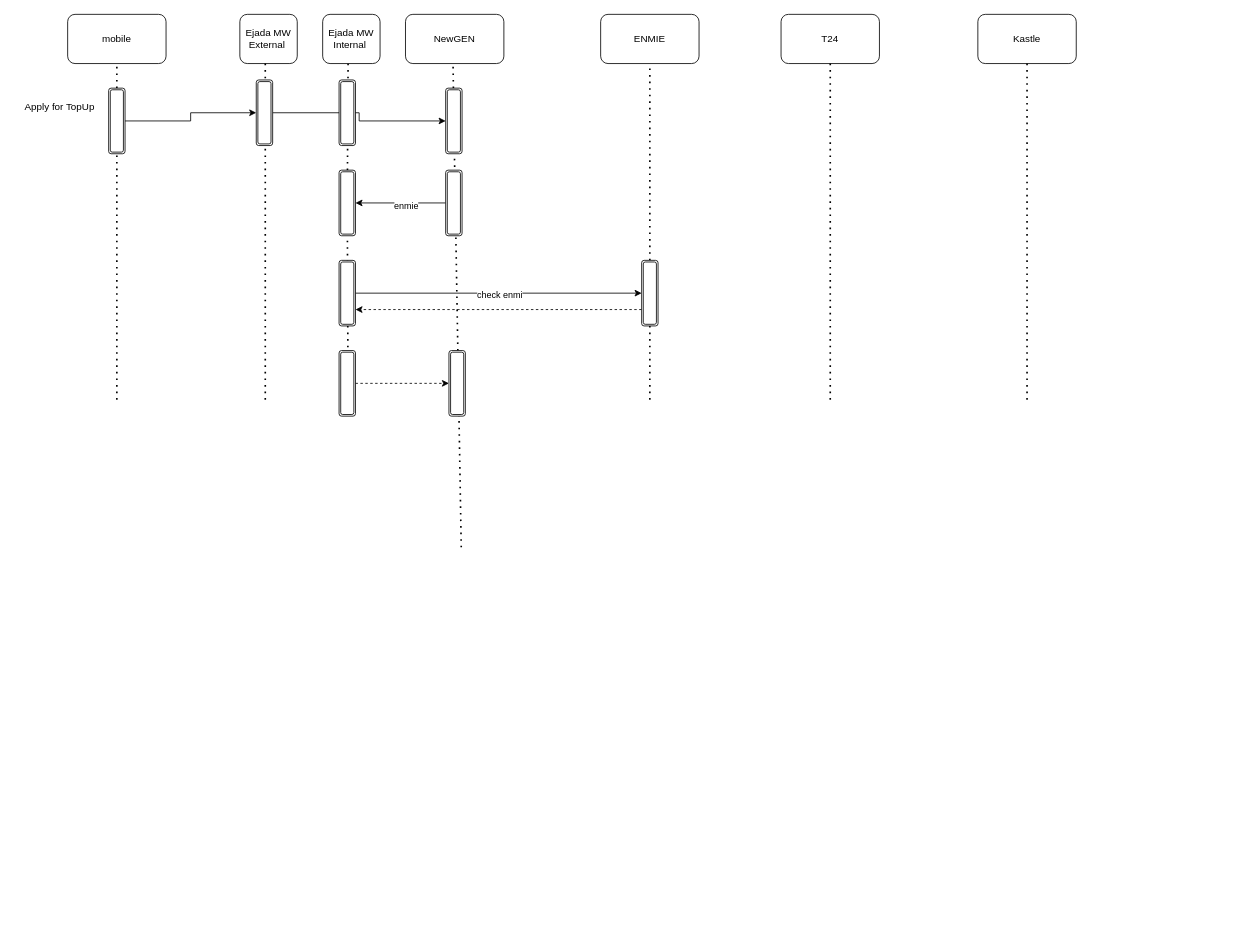
Earlier version of the draw.io diagram page "Page-2" (2 of 4) of lead flow.drawio (MHosnii/DrawIo). Source tidied: cells renumbered, new cells numbered last; positions are measured from the earlier drawing's top-left corner, leaving out a move shared by most shapes. Both pictures are drawn from the tidied source at 82%, with x=0, y=0 at pixel (14, 14).
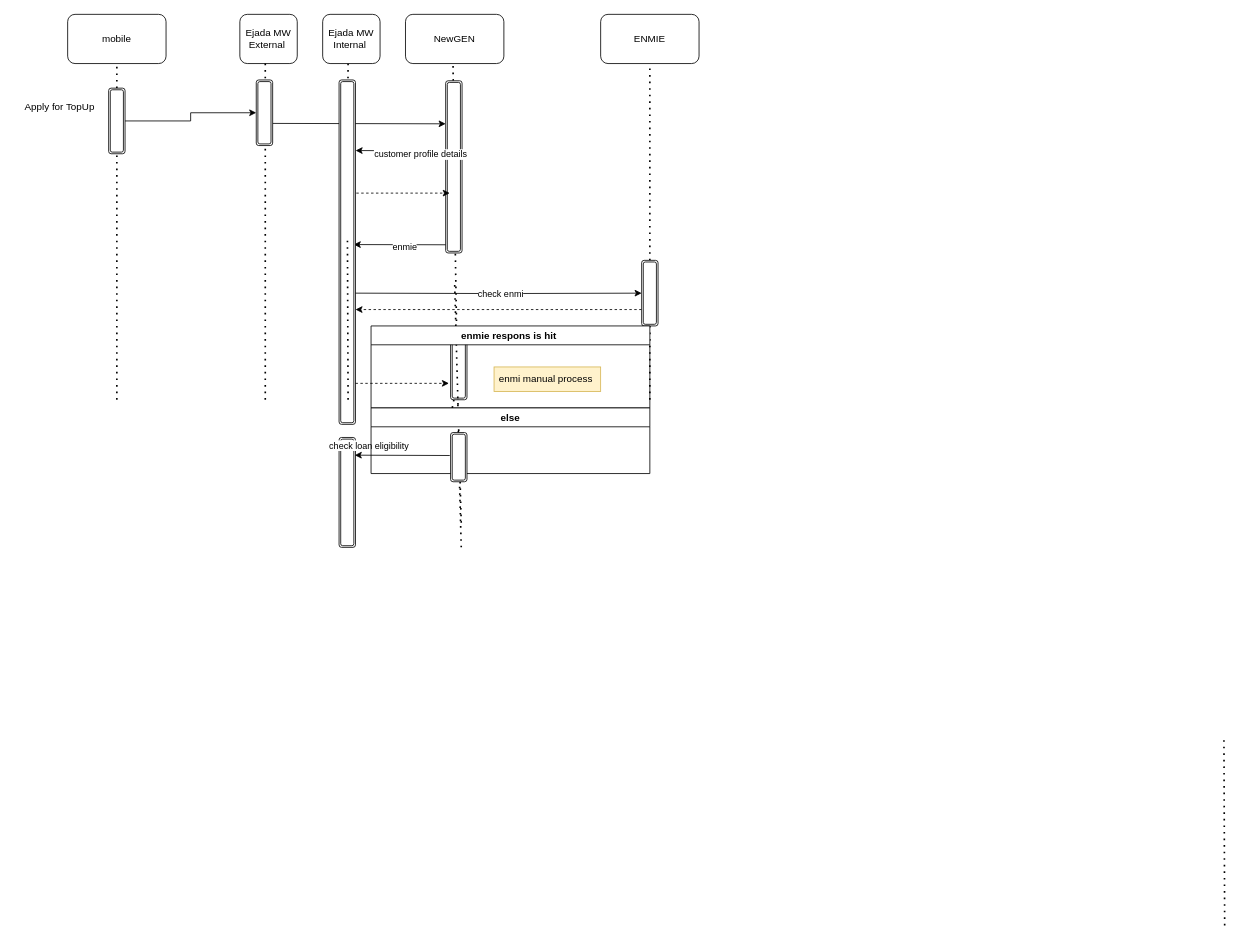
Above is the later version.

The change refers to these unchanged cells:
```xml
<mxCell id="19" style="shape=ext;double=1;rounded=1;whiteSpace=wrap;html=1;" parent="1" vertex="1">
  <mxGeometry x="295" y="80" width="20" height="80" as="geometry" />
</mxCell>
<mxCell id="35" style="shape=ext;double=1;rounded=1;whiteSpace=wrap;html=1;" parent="1" vertex="1">
  <mxGeometry x="765" y="300" width="20" height="80" as="geometry" />
</mxCell>
```

Diff of the diagram source:
```diff
@@
-    <mxCell id="8" value="T24" style="rounded=1;whiteSpace=wrap;html=1;" parent="1" vertex="1">
-      <mxGeometry x="935" width="120" height="60" as="geometry" />
-    </mxCell>
-    <mxCell id="9" style="endArrow=none;dashed=1;html=1;dashPattern=1 3;strokeWidth=2;rounded=0;" parent="1" edge="1">
-      <mxGeometry relative="1" as="geometry">
-        <mxPoint x="995" y="470" as="sourcePoint" />
-        <mxPoint x="995" y="60" as="targetPoint" />
-      </mxGeometry>
-    </mxCell>
-    <mxCell id="10" value="Kastle" style="rounded=1;whiteSpace=wrap;html=1;" parent="1" vertex="1">
-      <mxGeometry x="1175" width="120" height="60" as="geometry" />
-    </mxCell>
-    <mxCell id="11" style="endArrow=none;dashed=1;html=1;dashPattern=1 3;strokeWidth=2;rounded=0;" parent="1" edge="1">
-      <mxGeometry relative="1" as="geometry">
-        <mxPoint x="1235" y="470" as="sourcePoint" />
-        <mxPoint x="1235" y="60" as="targetPoint" />
-      </mxGeometry>
-    </mxCell>
@@
-    <mxCell id="18" style="edgeStyle=orthogonalEdgeStyle;rounded=0;jettySize=auto;html=1;" parent="1" edge="1" source="19" target="21">
-      <mxGeometry relative="1" as="geometry" />
+    <mxCell id="18" style="edgeStyle=orthogonalEdgeStyle;rounded=0;jettySize=auto;html=1;entryX=0;entryY=0.25;entryDx=0;entryDy=0;" parent="1" edge="1" target="21">
+      <mxGeometry relative="1" as="geometry">
+        <mxPoint x="315" y="133" as="sourcePoint" />
+      </mxGeometry>
     </mxCell>
@@
-    <mxCell id="20" style="endArrow=none;dashed=1;html=1;dashPattern=1 3;strokeWidth=2;rounded=0;" parent="1" edge="1" target="21">
-      <mxGeometry relative="1" as="geometry">
-        <mxPoint x="545" y="650" as="sourcePoint" />
-      </mxGeometry>
+    <mxCell id="20" style="endArrow=none;dashed=1;html=1;dashPattern=1 3;strokeWidth=2;rounded=0;" parent="1" edge="1" source="52" target="21">
+      <mxGeometry relative="1" as="geometry" />
     </mxCell>
     <mxCell id="21" style="shape=ext;double=1;rounded=1;whiteSpace=wrap;html=1;" parent="1" vertex="1">
-      <mxGeometry x="526" y="90" width="20" height="80" as="geometry" />
+      <mxGeometry x="526" y="81" width="20" height="210" as="geometry" />
     </mxCell>
-    <mxCell id="22" style="edgeStyle=orthogonalEdgeStyle;rounded=0;jettySize=auto;html=1;" parent="1" edge="1" source="24" target="29">
-      <mxGeometry relative="1" as="geometry" />
+    <mxCell id="22" style="rounded=0;jettySize=auto;html=1;exitX=0;exitY=0.25;exitDx=0;exitDy=0;entryX=0.894;entryY=0.478;entryDx=0;entryDy=0;entryPerimeter=0;" parent="1" edge="1" target="26">
+      <mxGeometry relative="1" as="geometry">
+        <mxPoint x="526" y="281" as="sourcePoint" />
+      </mxGeometry>
     </mxCell>
@@
-    <mxCell id="24" style="shape=ext;double=1;rounded=1;whiteSpace=wrap;html=1;" parent="1" vertex="1">
-      <mxGeometry x="526" y="190" width="20" height="80" as="geometry" />
-    </mxCell>
-    <mxCell id="25" style="endArrow=none;dashed=1;html=1;dashPattern=1 3;strokeWidth=2;rounded=0;" parent="1" edge="1" source="29">
+    <mxCell id="25" style="endArrow=none;dashed=1;html=1;dashPattern=1 3;strokeWidth=2;rounded=0;" parent="1" edge="1">
       <mxGeometry relative="1" as="geometry">
+        <mxPoint x="406.2" y="190" as="sourcePoint" />
         <mxPoint x="407" y="60" as="targetPoint" />
       </mxGeometry>
     </mxCell>
     <mxCell id="26" style="shape=ext;double=1;rounded=1;whiteSpace=wrap;html=1;" parent="1" vertex="1">
-      <mxGeometry x="396" y="80" width="20" height="80" as="geometry" />
+      <mxGeometry x="396" y="80" width="20" height="420" as="geometry" />
     </mxCell>
@@
-    <mxCell id="28" style="endArrow=none;dashed=1;html=1;dashPattern=1 3;strokeWidth=2;rounded=0;" parent="1" edge="1" target="29">
+    <mxCell id="28" style="endArrow=none;dashed=1;html=1;dashPattern=1 3;strokeWidth=2;rounded=0;" parent="1" edge="1">
       <mxGeometry relative="1" as="geometry">
         <mxPoint x="407" y="470" as="sourcePoint" />
+        <mxPoint x="406.2" y="270" as="targetPoint" />
       </mxGeometry>
     </mxCell>
-    <mxCell id="29" style="shape=ext;double=1;rounded=1;whiteSpace=wrap;html=1;" parent="1" vertex="1">
-      <mxGeometry x="396" y="190" width="20" height="80" as="geometry" />
-    </mxCell>
-    <mxCell id="30" style="edgeStyle=orthogonalEdgeStyle;rounded=0;jettySize=auto;html=1;" parent="1" edge="1" source="32" target="35">
-      <mxGeometry relative="1" as="geometry" />
+    <mxCell id="30" style="edgeStyle=orthogonalEdgeStyle;rounded=0;jettySize=auto;html=1;" parent="1" edge="1" target="35">
+      <mxGeometry relative="1" as="geometry">
+        <mxPoint x="416" y="340" as="sourcePoint" />
+      </mxGeometry>
     </mxCell>
@@
-    <mxCell id="32" style="shape=ext;double=1;rounded=1;whiteSpace=wrap;html=1;" parent="1" vertex="1">
-      <mxGeometry x="396" y="300" width="20" height="80" as="geometry" />
-    </mxCell>
@@
-    <mxCell id="36" style="edgeStyle=orthogonalEdgeStyle;rounded=0;jettySize=auto;html=1;dashed=1;" parent="1" edge="1" source="37" target="39">
-      <mxGeometry relative="1" as="geometry" />
+    <mxCell id="36" style="edgeStyle=orthogonalEdgeStyle;rounded=0;orthogonalLoop=1;jettySize=auto;html=1;dashed=1;" parent="1" edge="1">
+      <mxGeometry relative="1" as="geometry">
+        <mxPoint x="416" y="450" as="sourcePoint" />
+        <mxPoint x="530" y="450" as="targetPoint" />
+      </mxGeometry>
     </mxCell>
-    <mxCell id="37" style="shape=ext;double=1;rounded=1;whiteSpace=wrap;html=1;" parent="1" vertex="1">
-      <mxGeometry x="396" y="410" width="20" height="80" as="geometry" />
-    </mxCell>
-    <mxCell id="38" style="endArrow=none;dashed=1;html=1;dashPattern=1 3;strokeWidth=2;rounded=0;" parent="1" edge="1" target="39">
+    <mxCell id="38" style="endArrow=none;dashed=1;html=1;dashPattern=1 3;strokeWidth=2;rounded=0;" parent="1" edge="1">
       <mxGeometry relative="1" as="geometry">
         <mxPoint x="536" y="470" as="sourcePoint" />
+        <mxPoint x="532" y="490" as="targetPoint" />
       </mxGeometry>
     </mxCell>
-    <mxCell id="39" style="shape=ext;double=1;rounded=1;whiteSpace=wrap;html=1;" parent="1" vertex="1">
-      <mxGeometry x="530" y="410" width="20" height="80" as="geometry" />
-    </mxCell>
+    <mxCell id="40" style="shape=ext;double=1;rounded=1;whiteSpace=wrap;html=1;" parent="1" vertex="1">
+      <mxGeometry x="532" y="396" width="20" height="74" as="geometry" />
+    </mxCell>
+    <mxCell id="41" value="&lt;div&gt;&lt;br&gt;&lt;/div&gt;" style="shape=ext;double=1;rounded=1;whiteSpace=wrap;html=1;" parent="1" vertex="1">
+      <mxGeometry x="396" y="516" width="20" height="134" as="geometry" />
+    </mxCell>
+    <mxCell id="42" value="check loan eligibility&amp;nbsp;" style="rounded=0;orthogonalLoop=1;jettySize=auto;html=1;entryX=1.006;entryY=0.15;entryDx=0;entryDy=0;entryPerimeter=0;" parent="1" edge="1">
+      <mxGeometry x="0.67" y="-12" relative="1" as="geometry">
+        <mxPoint x="531" y="538" as="sourcePoint" />
+        <mxPoint x="415.1" y="537.6" as="targetPoint" />
+      </mxGeometry>
+    </mxCell>
+    <mxCell id="43" style="endArrow=none;dashed=1;html=1;dashPattern=1 3;strokeWidth=2;rounded=0;" parent="1" edge="1">
+      <mxGeometry relative="1" as="geometry">
+        <mxPoint x="545" y="620" as="sourcePoint" />
+        <mxPoint x="537" y="330" as="targetPoint" />
+      </mxGeometry>
+    </mxCell>
+    <mxCell id="44" value="enmie respons is hit&amp;nbsp;" style="swimlane;whiteSpace=wrap;html=1;" parent="1" vertex="1">
+      <mxGeometry x="435" y="380" width="340" height="100" as="geometry" />
+    </mxCell>
+    <mxCell id="45" value="enmi manual process&amp;nbsp;" style="text;html=1;align=center;verticalAlign=middle;whiteSpace=wrap;rounded=0;fillColor=#fff2cc;strokeColor=#d6b656;" parent="44" vertex="1">
+      <mxGeometry x="150" y="50" width="130" height="30" as="geometry" />
+    </mxCell>
+    <mxCell id="46" style="edgeStyle=orthogonalEdgeStyle;rounded=0;jettySize=auto;html=1;entryX=1.006;entryY=0.205;entryDx=0;entryDy=0;entryPerimeter=0;exitX=-0.272;exitY=0.406;exitDx=0;exitDy=0;exitPerimeter=0;" parent="1" edge="1" source="21" target="26">
+      <mxGeometry relative="1" as="geometry" />
+    </mxCell>
+    <mxCell id="47" value="customer profile details&amp;nbsp;" style="edgeLabel;html=1;align=center;verticalAlign=middle;" parent="46" vertex="1">
+      <mxGeometry x="0.31" y="1" relative="1" as="geometry">
+        <mxPoint x="45" y="3" as="offset" />
+      </mxGeometry>
+    </mxCell>
+    <mxCell id="48" style="edgeStyle=orthogonalEdgeStyle;rounded=0;orthogonalLoop=1;jettySize=auto;html=1;dashed=1;" parent="1" edge="1">
+      <mxGeometry relative="1" as="geometry">
+        <mxPoint x="417" y="218" as="sourcePoint" />
+        <mxPoint x="531" y="218" as="targetPoint" />
+      </mxGeometry>
+    </mxCell>
+    <mxCell id="49" style="endArrow=none;dashed=1;html=1;dashPattern=1 3;strokeWidth=2;rounded=0;" parent="1" edge="1">
+      <mxGeometry relative="1" as="geometry">
+        <mxPoint x="1476" y="1111.1" as="sourcePoint" />
+        <mxPoint x="1475.1" y="880" as="targetPoint" />
+      </mxGeometry>
+    </mxCell>
+    <mxCell id="50" value="else" style="swimlane;whiteSpace=wrap;html=1;" parent="1" vertex="1">
+      <mxGeometry x="435" y="480" width="340" height="80" as="geometry" />
+    </mxCell>
+    <mxCell id="51" style="endArrow=none;dashed=1;html=1;dashPattern=1 3;strokeWidth=2;rounded=0;" parent="1" edge="1" target="52">
+      <mxGeometry relative="1" as="geometry">
+        <mxPoint x="545" y="650" as="sourcePoint" />
+      </mxGeometry>
+    </mxCell>
+    <mxCell id="52" style="shape=ext;double=1;rounded=1;whiteSpace=wrap;html=1;" parent="1" vertex="1">
+      <mxGeometry x="532" y="510" width="20" height="60" as="geometry" />
+    </mxCell>
```
